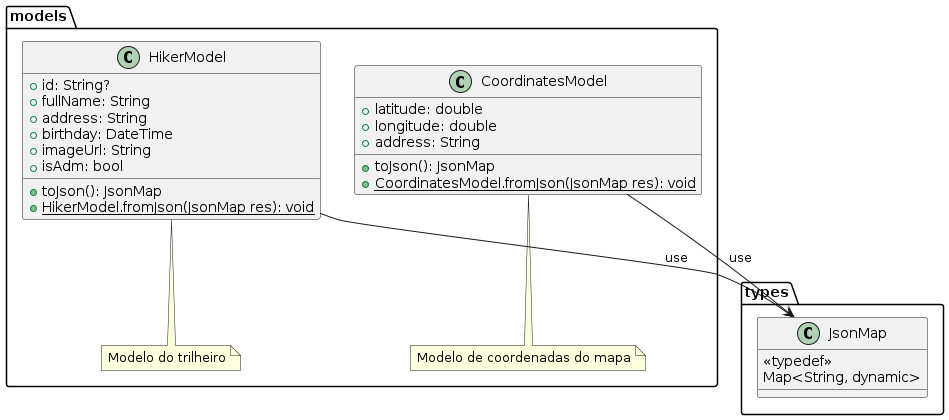
Above: docs/diagrams/out/class_diagrams/pe_na_pedra_class_diagram_1.png in tiagors09/pe_na_pedra (PlantUML), before the change.
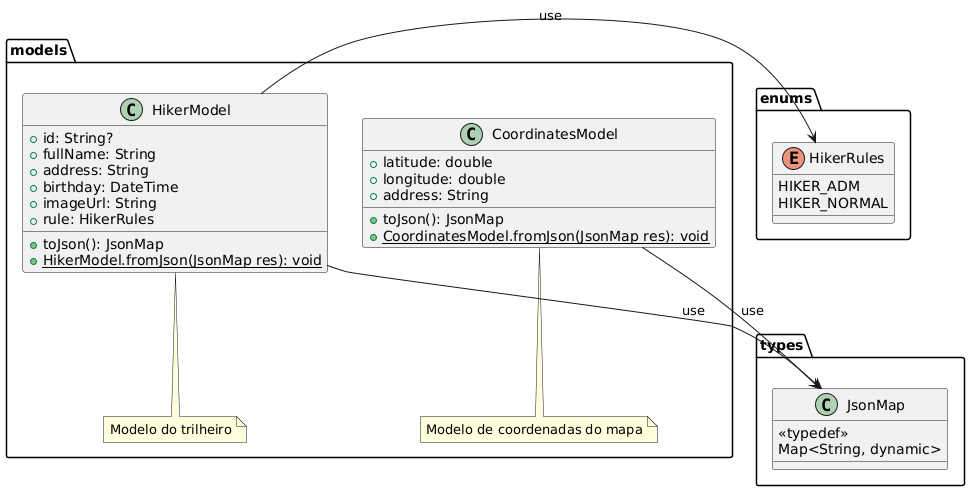
The same file after the commit.

Diff of the diagram source:
```diff
@@ -1,8 +1,15 @@
-@startuml pe_na_pedra_class_diagram_1
+@startuml
 package types {
   class JsonMap {
     <<typedef>>
     Map<String, dynamic>
+  }
+}
+
+package enums {
+  enum HikerRules {
+    HIKER_ADM
+    HIKER_NORMAL
   }
 }
 
@@ -16,7 +23,7 @@
     + address: String
     + birthday: DateTime
     + imageUrl: String
-    + isAdm: bool
+    + rule: HikerRules
     + toJson(): JsonMap
     + {static} HikerModel.fromJson(JsonMap res): void
   }
@@ -34,5 +41,7 @@
 
   HikerModel --> JsonMap : use
   CoordinatesModel --> JsonMap : use
+
+  HikerModel -> HikerRules : use
 }
 @enduml
```
